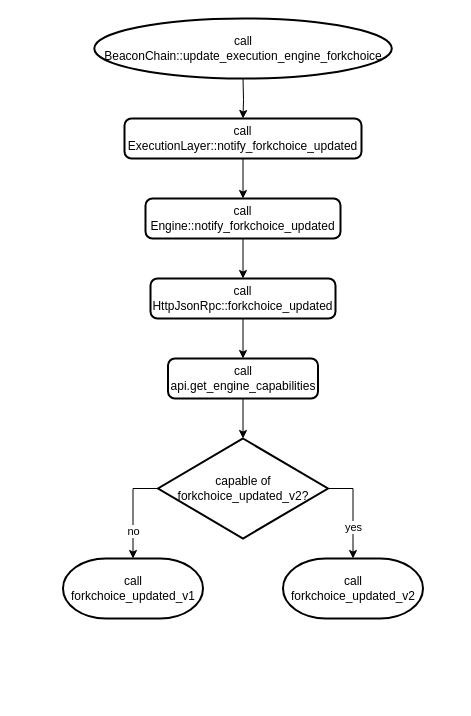
The draw.io diagram node-startup/forkchoice-call-stack.drawio in danielrachi1/diagrams, before the edit. Source tidied: cells renumbered, new cells numbered last; positions are measured from the earlier drawing's top-left corner, leaving out a move shared by most shapes. Both pictures are drawn from the tidied source at 100%, with x=0, y=0 at pixel (62, 18).
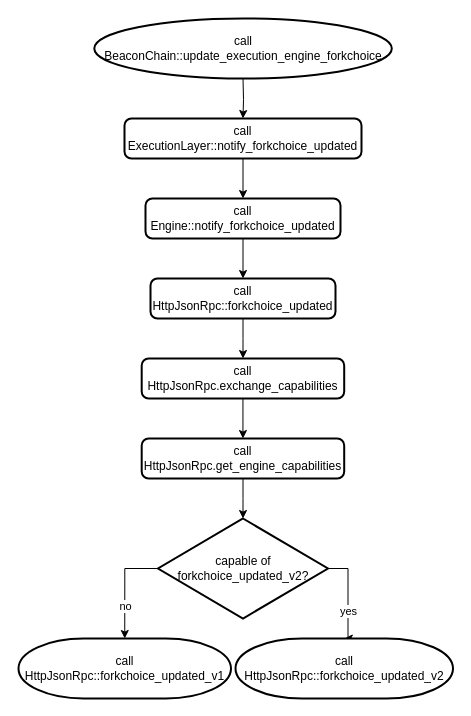
After the change.

Commit message:
Forkchoice call stack fixes

Unchanged cells that the change refers to:
```xml
<mxCell id="8" value="call HttpJsonRpc::forkchoice_updated" style="rounded=1;whiteSpace=wrap;html=1;absoluteArcSize=1;arcSize=14;strokeWidth=2;" parent="1" vertex="1">
  <mxGeometry x="88" y="260" width="185" height="40" as="geometry" />
</mxCell>
```

Change to the diagram source:
```diff
@@
-    <mxCell id="7" style="edgeStyle=orthogonalEdgeStyle;rounded=0;jettySize=auto;html=1;" parent="1" edge="1" source="8" target="10">
-      <mxGeometry relative="1" as="geometry" />
-    </mxCell>
+    <mxCell id="21" style="edgeStyle=orthogonalEdgeStyle;rounded=0;jettySize=auto;html=1;" parent="1" edge="1" source="8" target="23">
+      <mxGeometry relative="1" as="geometry" />
+    </mxCell>
@@
-    <mxCell id="10" value="call api.get_engine_capabilities" style="rounded=1;whiteSpace=wrap;html=1;absoluteArcSize=1;arcSize=14;strokeWidth=2;" parent="1" vertex="1">
-      <mxGeometry x="105.5" y="340" width="150" height="40" as="geometry" />
+    <mxCell id="10" value="call HttpJsonRpc.get_engine_capabilities" style="rounded=1;whiteSpace=wrap;html=1;absoluteArcSize=1;arcSize=14;strokeWidth=2;" parent="1" vertex="1">
+      <mxGeometry x="79.2" y="420" width="202.5" height="40" as="geometry" />
     </mxCell>
     <mxCell id="11" value="capable of&#10;forkchoice_updated_v2?" style="strokeWidth=2;html=1;shape=mxgraph.flowchart.decision;whiteSpace=wrap;" parent="1" vertex="1">
-      <mxGeometry x="95.5" y="420" width="170" height="100" as="geometry" />
+      <mxGeometry x="95.5" y="500" width="170" height="100" as="geometry" />
     </mxCell>
-    <mxCell id="12" style="group;" parent="1" vertex="1">
-      <mxGeometry x="0.5" y="540" width="360" height="60" as="geometry" />
-    </mxCell>
-    <mxCell id="13" style="group;" parent="12" vertex="1">
-      <mxGeometry width="360" height="60" as="geometry" />
-    </mxCell>
-    <mxCell id="14" value="call forkchoice_updated_v1" style="strokeWidth=2;html=1;shape=mxgraph.flowchart.terminator;whiteSpace=wrap;" parent="13" vertex="1">
-      <mxGeometry width="140" height="60" as="geometry" />
-    </mxCell>
-    <mxCell id="15" value="call forkchoice_updated_v2" style="strokeWidth=2;html=1;shape=mxgraph.flowchart.terminator;whiteSpace=wrap;" parent="13" vertex="1">
-      <mxGeometry x="220" width="140" height="60" as="geometry" />
-    </mxCell>
@@
+    <mxCell id="14" value="call HttpJsonRpc::forkchoice_updated_v1" style="strokeWidth=2;html=1;shape=mxgraph.flowchart.terminator;whiteSpace=wrap;" parent="1" vertex="1">
+      <mxGeometry x="-44" y="620" width="212.5" height="60" as="geometry" />
+    </mxCell>
+    <mxCell id="15" value="call HttpJsonRpc::forkchoice_updated_v2" style="strokeWidth=2;html=1;shape=mxgraph.flowchart.terminator;whiteSpace=wrap;" parent="1" vertex="1">
+      <mxGeometry x="173" y="620" width="217.5" height="60" as="geometry" />
+    </mxCell>
+    <mxCell id="22" style="edgeStyle=orthogonalEdgeStyle;rounded=0;jettySize=auto;html=1;" parent="1" edge="1" source="23" target="10">
+      <mxGeometry relative="1" as="geometry" />
+    </mxCell>
+    <mxCell id="23" value="call HttpJsonRpc.exchange_capabilities" style="rounded=1;whiteSpace=wrap;html=1;absoluteArcSize=1;arcSize=14;strokeWidth=2;" parent="1" vertex="1">
+      <mxGeometry x="79.2" y="340" width="202.5" height="40" as="geometry" />
+    </mxCell>
```
